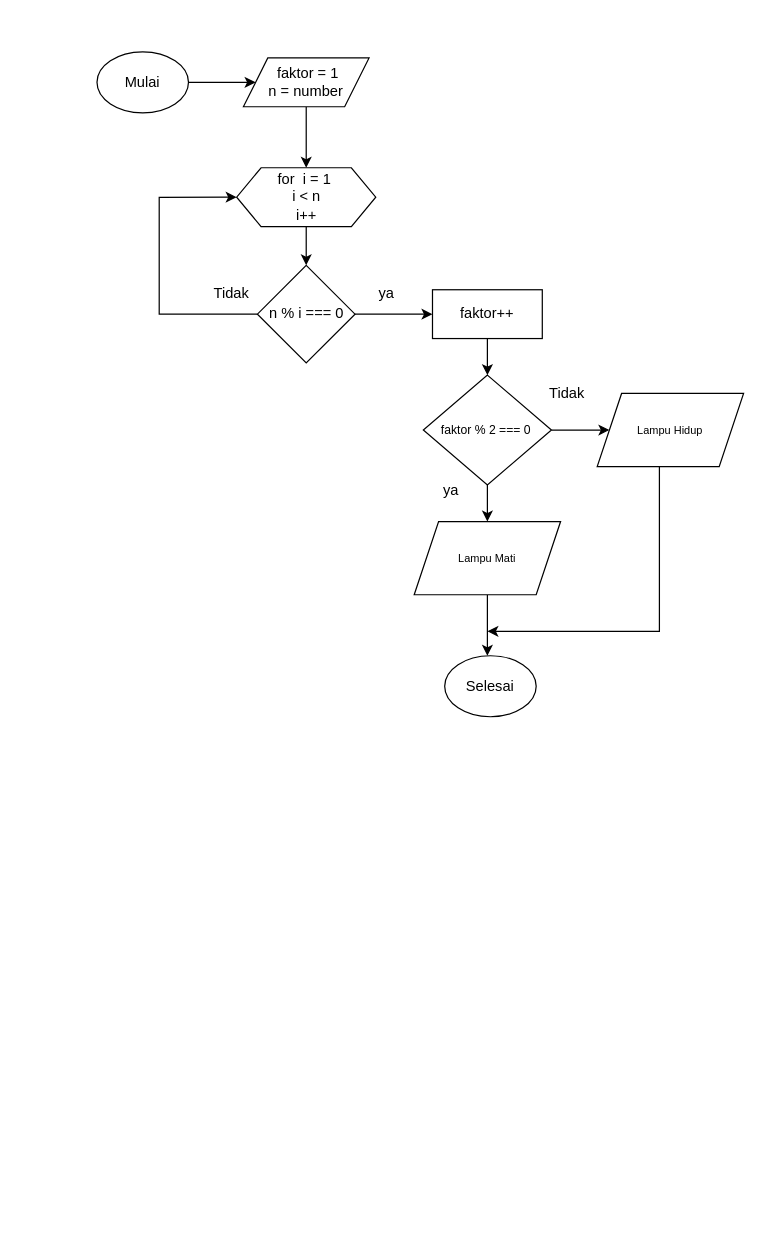
This is soal2_flowchart.drawio from ALTA-FE17-Irsan-Jamaludin/TUGAS-FLOWCHART-ALGORITMA, a draw.io file, before an edit. Source tidied: cells renumbered, new cells numbered last; positions are measured from the earlier drawing's top-left corner, leaving out a move shared by most shapes. Both pictures are drawn from the tidied source at 122%, with x=0, y=0 at pixel (96, 51).
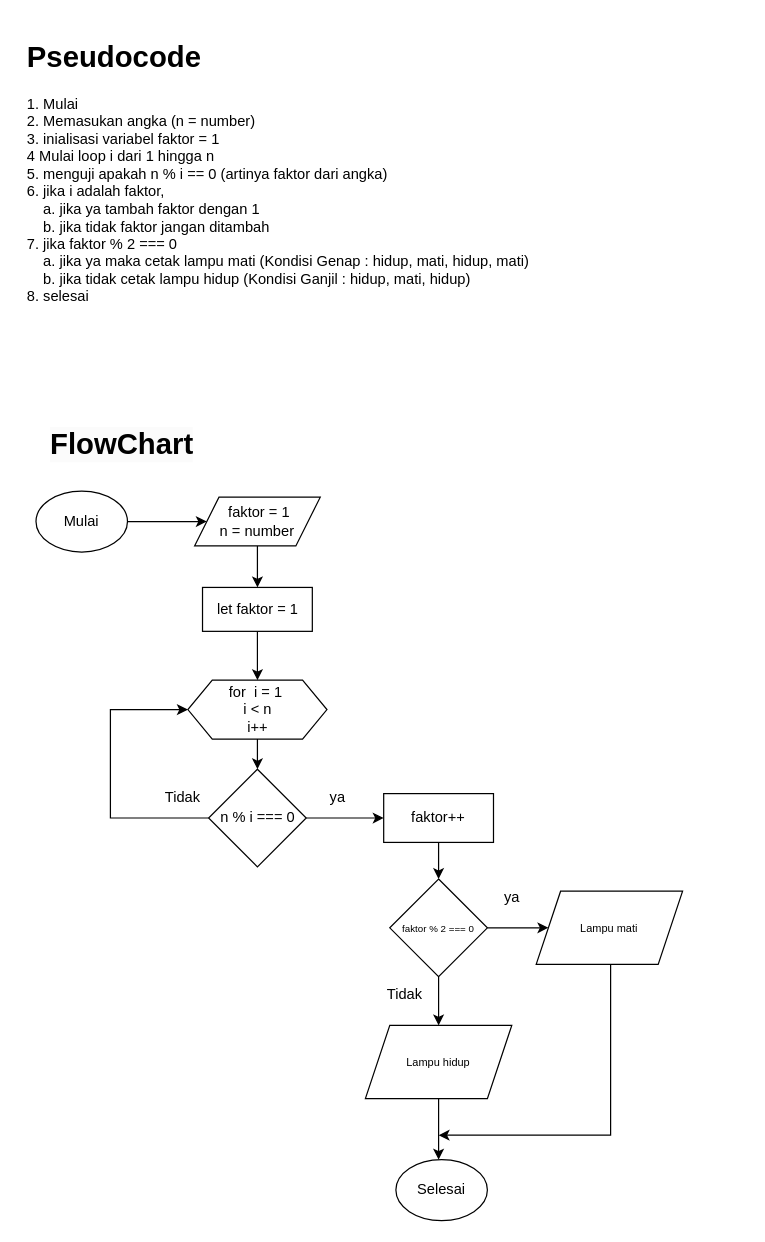
The same diagram, later.

Commit message (it also covers changes not shown here):
Menambah Pseudocode di Flowchart

Change to the diagram source:
```diff
@@
     <mxCell id="3" value="Mulai" style="ellipse;whiteSpace=wrap;html=1;" parent="1" vertex="1">
-      <mxGeometry width="75" height="50" as="geometry" />
+      <mxGeometry x="-50" y="360" width="75" height="50" as="geometry" />
     </mxCell>
-    <mxCell id="4" style="edgeStyle=orthogonalEdgeStyle;rounded=0;jettySize=auto;html=1;exitX=0.5;exitY=1;exitDx=0;exitDy=0;entryX=0.5;entryY=0;entryDx=0;entryDy=0;" parent="1" edge="1" source="5" target="7">
-      <mxGeometry relative="1" as="geometry" />
-    </mxCell>
+    <mxCell id="25" style="edgeStyle=orthogonalEdgeStyle;rounded=0;jettySize=auto;html=1;" parent="1" edge="1" source="5" target="38">
+      <mxGeometry relative="1" as="geometry" />
+    </mxCell>
     <mxCell id="5" value="&amp;nbsp;faktor = 1&lt;br&gt;n = number" style="shape=parallelogram;perimeter=parallelogramPerimeter;whiteSpace=wrap;html=1;fixedSize=1;" parent="1" vertex="1">
-      <mxGeometry x="120" y="5" width="103" height="40" as="geometry" />
+      <mxGeometry x="80" y="365" width="103" height="40" as="geometry" />
     </mxCell>
@@
     <mxCell id="7" value="for&amp;nbsp; i = 1&amp;nbsp;&lt;br&gt;i &amp;lt; n&lt;br&gt;i++&lt;br&gt;" style="shape=hexagon;perimeter=hexagonPerimeter2;whiteSpace=wrap;html=1;fixedSize=1;" parent="1" vertex="1">
-      <mxGeometry x="114.5" y="95" width="114" height="48.3" as="geometry" />
+      <mxGeometry x="74.5" y="515" width="114" height="48.3" as="geometry" />
     </mxCell>
@@
     <mxCell id="9" style="edgeStyle=orthogonalEdgeStyle;rounded=0;jettySize=auto;html=1;entryX=0;entryY=0.5;entryDx=0;entryDy=0;" parent="1" edge="1" source="10" target="7">
       <mxGeometry relative="1" as="geometry">
         <Array as="points">
-          <mxPoint x="51" y="215" />
-          <mxPoint x="51" y="119" />
+          <mxPoint x="11" y="628" />
+          <mxPoint x="11" y="539" />
         </Array>
       </mxGeometry>
     </mxCell>
     <mxCell id="10" value="n % i === 0" style="rhombus;whiteSpace=wrap;html=1;" parent="1" vertex="1">
-      <mxGeometry x="131.5" y="175" width="80" height="80" as="geometry" />
+      <mxGeometry x="91.5" y="588" width="80" height="80" as="geometry" />
     </mxCell>
@@
     <mxCell id="12" value="faktor++" style="rounded=0;whiteSpace=wrap;html=1;" parent="1" vertex="1">
-      <mxGeometry x="275" y="195" width="90" height="40" as="geometry" />
+      <mxGeometry x="235" y="608" width="90" height="40" as="geometry" />
     </mxCell>
-    <mxCell id="13" style="edgeStyle=orthogonalEdgeStyle;rounded=0;jettySize=auto;html=1;" parent="1" edge="1" source="15" target="19">
-      <mxGeometry relative="1" as="geometry" />
-    </mxCell>
-    <mxCell id="14" style="edgeStyle=orthogonalEdgeStyle;rounded=0;jettySize=auto;html=1;" parent="1" edge="1" source="15" target="17">
-      <mxGeometry relative="1" as="geometry" />
-    </mxCell>
+    <mxCell id="26" style="edgeStyle=orthogonalEdgeStyle;rounded=0;jettySize=auto;html=1;" parent="1" edge="1" source="15" target="31">
+      <mxGeometry relative="1" as="geometry" />
+    </mxCell>
+    <mxCell id="27" style="edgeStyle=orthogonalEdgeStyle;rounded=0;jettySize=auto;html=1;" parent="1" edge="1" source="15" target="29">
+      <mxGeometry relative="1" as="geometry" />
+    </mxCell>
-    <mxCell id="15" value="&lt;font style=&quot;font-size: 10px;&quot;&gt;faktor % 2 === 0&amp;nbsp;&lt;/font&gt;" style="rhombus;whiteSpace=wrap;html=1;" parent="1" vertex="1">
-      <mxGeometry x="267.5" y="265" width="105" height="90" as="geometry" />
+    <mxCell id="15" value="&lt;font style=&quot;font-size: 8px;&quot;&gt;faktor % 2 === 0&lt;/font&gt;" style="rhombus;whiteSpace=wrap;html=1;" parent="1" vertex="1">
+      <mxGeometry x="240" y="678" width="80" height="80" as="geometry" />
     </mxCell>
-    <mxCell id="16" style="edgeStyle=orthogonalEdgeStyle;rounded=0;jettySize=auto;html=1;" parent="1" edge="1" source="17">
-      <mxGeometry relative="1" as="geometry">
-        <mxPoint x="320" y="475" as="targetPoint" />
-        <Array as="points">
-          <mxPoint x="461" y="475" />
-          <mxPoint x="320" y="475" />
-        </Array>
-      </mxGeometry>
-    </mxCell>
-    <mxCell id="17" value="&lt;font style=&quot;font-size: 9px;&quot;&gt;Lampu Hidup&lt;/font&gt;" style="shape=parallelogram;perimeter=parallelogramPerimeter;whiteSpace=wrap;html=1;fixedSize=1;" parent="1" vertex="1">
-      <mxGeometry x="410" y="280" width="120" height="60" as="geometry" />
-    </mxCell>
-    <mxCell id="18" style="edgeStyle=orthogonalEdgeStyle;rounded=0;jettySize=auto;html=1;" parent="1" edge="1" source="19" target="20">
-      <mxGeometry relative="1" as="geometry">
-        <Array as="points">
-          <mxPoint x="320" y="505" />
-          <mxPoint x="320" y="505" />
-        </Array>
-      </mxGeometry>
-    </mxCell>
-    <mxCell id="19" value="&lt;font style=&quot;font-size: 9px;&quot;&gt;Lampu Mati&lt;/font&gt;" style="shape=parallelogram;perimeter=parallelogramPerimeter;whiteSpace=wrap;html=1;fixedSize=1;" parent="1" vertex="1">
-      <mxGeometry x="260" y="385" width="120" height="60" as="geometry" />
-    </mxCell>
+    <mxCell id="28" style="edgeStyle=orthogonalEdgeStyle;rounded=0;jettySize=auto;html=1;" parent="1" edge="1" source="29">
+      <mxGeometry relative="1" as="geometry">
+        <mxPoint x="280" y="888" as="targetPoint" />
+        <Array as="points">
+          <mxPoint x="421" y="888" />
+          <mxPoint x="280" y="888" />
+        </Array>
+      </mxGeometry>
+    </mxCell>
+    <mxCell id="29" value="&lt;font style=&quot;font-size: 9px;&quot;&gt;Lampu mati&lt;/font&gt;" style="shape=parallelogram;perimeter=parallelogramPerimeter;whiteSpace=wrap;html=1;fixedSize=1;" parent="1" vertex="1">
+      <mxGeometry x="360" y="688" width="120" height="60" as="geometry" />
+    </mxCell>
+    <mxCell id="30" style="edgeStyle=orthogonalEdgeStyle;rounded=0;jettySize=auto;html=1;" parent="1" edge="1" source="31" target="20">
+      <mxGeometry relative="1" as="geometry">
+        <Array as="points">
+          <mxPoint x="280" y="918" />
+          <mxPoint x="280" y="918" />
+        </Array>
+      </mxGeometry>
+    </mxCell>
+    <mxCell id="31" value="&lt;font style=&quot;font-size: 9px;&quot;&gt;Lampu hidup&lt;/font&gt;" style="shape=parallelogram;perimeter=parallelogramPerimeter;whiteSpace=wrap;html=1;fixedSize=1;" parent="1" vertex="1">
+      <mxGeometry x="220" y="798" width="120" height="60" as="geometry" />
+    </mxCell>
     <mxCell id="20" value="Selesai" style="ellipse;whiteSpace=wrap;html=1;" parent="1" vertex="1">
-      <mxGeometry x="285" y="495" width="75" height="50" as="geometry" />
+      <mxGeometry x="245" y="908" width="75" height="50" as="geometry" />
     </mxCell>
-    <mxCell id="21" value="Tidak" style="text;html=1;align=center;verticalAlign=middle;strokeColor=none;fillColor=none;" parent="1" vertex="1">
-      <mxGeometry x="85" y="183" width="50" height="30" as="geometry" />
-    </mxCell>
-    <mxCell id="22" value="ya" style="text;html=1;align=center;verticalAlign=middle;strokeColor=none;fillColor=none;" parent="1" vertex="1">
-      <mxGeometry x="216.5" y="183" width="40" height="30" as="geometry" />
-    </mxCell>
-    <mxCell id="23" value="Tidak" style="text;html=1;align=center;verticalAlign=middle;strokeColor=none;fillColor=none;" parent="1" vertex="1">
-      <mxGeometry x="360" y="265" width="50" height="30" as="geometry" />
-    </mxCell>
-    <mxCell id="24" value="ya" style="text;html=1;align=center;verticalAlign=middle;strokeColor=none;fillColor=none;" parent="1" vertex="1">
-      <mxGeometry x="270" y="345" width="40" height="30" as="geometry" />
-    </mxCell>
+    <mxCell id="32" value="Tidak" style="text;html=1;align=center;verticalAlign=middle;strokeColor=none;fillColor=none;" parent="1" vertex="1">
+      <mxGeometry x="45" y="596" width="50" height="30" as="geometry" />
+    </mxCell>
+    <mxCell id="33" value="ya" style="text;html=1;align=center;verticalAlign=middle;strokeColor=none;fillColor=none;" parent="1" vertex="1">
+      <mxGeometry x="176.5" y="596" width="40" height="30" as="geometry" />
+    </mxCell>
+    <mxCell id="34" value="Tidak" style="text;html=1;align=center;verticalAlign=middle;strokeColor=none;fillColor=none;" parent="1" vertex="1">
+      <mxGeometry x="226.5" y="758" width="50" height="30" as="geometry" />
+    </mxCell>
+    <mxCell id="35" value="ya" style="text;html=1;align=center;verticalAlign=middle;strokeColor=none;fillColor=none;" parent="1" vertex="1">
+      <mxGeometry x="320" y="678" width="40" height="30" as="geometry" />
+    </mxCell>
+    <mxCell id="36" value="&lt;h1&gt;&lt;span style=&quot;background-color: initial;&quot;&gt;Pseudocode&lt;/span&gt;&lt;/h1&gt;&lt;div style=&quot;border-color: var(--border-color);&quot;&gt;1. Mulai&lt;/div&gt;&lt;div style=&quot;border-color: var(--border-color);&quot;&gt;2. Memasukan angka (n = number)&lt;/div&gt;&lt;div style=&quot;border-color: var(--border-color);&quot;&gt;3. inialisasi variabel faktor = 1&lt;/div&gt;&lt;div style=&quot;border-color: var(--border-color);&quot;&gt;4 Mulai loop i dari 1 hingga n&lt;/div&gt;&lt;div style=&quot;border-color: var(--border-color);&quot;&gt;5. menguji apakah n % i == 0 (artinya faktor dari angka)&lt;/div&gt;&lt;div style=&quot;border-color: var(--border-color);&quot;&gt;6. jika i adalah faktor,&lt;/div&gt;&lt;div&gt;&lt;span style=&quot;&quot;&gt;&lt;span style=&quot;white-space: pre;&quot;&gt;&amp;nbsp;&amp;nbsp;&amp;nbsp;&amp;nbsp;&lt;/span&gt;&lt;/span&gt;a. jika ya tambah faktor dengan 1&lt;br&gt;&lt;/div&gt;&lt;div&gt;&lt;span style=&quot;&quot;&gt;&lt;span style=&quot;white-space: pre;&quot;&gt;&amp;nbsp;&amp;nbsp;&amp;nbsp;&amp;nbsp;&lt;/span&gt;&lt;/span&gt;b. jika tidak faktor jangan ditambah&lt;br&gt;&lt;/div&gt;&lt;div&gt;7. jika faktor % 2 === 0&amp;nbsp;&amp;nbsp;&lt;/div&gt;&lt;div&gt;&lt;span style=&quot;&quot;&gt;&lt;span style=&quot;white-space: pre;&quot;&gt;&amp;nbsp;&amp;nbsp;&amp;nbsp;&amp;nbsp;&lt;/span&gt;&lt;/span&gt;a. jika ya maka cetak lampu mati (Kondisi Genap : hidup, mati, hidup, mati)&lt;/div&gt;&lt;div&gt;&lt;span style=&quot;background-color: initial;&quot;&gt;&lt;span style=&quot;&quot;&gt;&lt;span style=&quot;white-space: pre;&quot;&gt;&amp;nbsp;&amp;nbsp;&amp;nbsp;&amp;nbsp;&lt;/span&gt;&lt;/span&gt;b. jika tidak cetak lampu hidup (Kondisi Ganjil : hidup, mati, hidup)&lt;/span&gt;&lt;/div&gt;&lt;div&gt;8. selesai&lt;/div&gt;" style="text;html=1;strokeColor=none;fillColor=none;spacing=5;spacingTop=-20;whiteSpace=wrap;overflow=hidden;rounded=0;" parent="1" vertex="1">
+      <mxGeometry x="-62" y="-15" width="517" height="250" as="geometry" />
+    </mxCell>
+    <mxCell id="37" style="edgeStyle=orthogonalEdgeStyle;rounded=0;jettySize=auto;html=1;entryX=0.5;entryY=0;entryDx=0;entryDy=0;" parent="1" edge="1" source="38" target="7">
+      <mxGeometry relative="1" as="geometry" />
+    </mxCell>
+    <mxCell id="38" value="let faktor = 1" style="rounded=0;whiteSpace=wrap;html=1;" parent="1" vertex="1">
+      <mxGeometry x="86.5" y="439" width="90" height="36" as="geometry" />
+    </mxCell>
+    <mxCell id="39" value="&lt;h1 style=&quot;border-color: var(--border-color); color: rgb(0, 0, 0); font-family: Helvetica; font-style: normal; font-variant-ligatures: normal; font-variant-caps: normal; letter-spacing: normal; orphans: 2; text-align: left; text-indent: 0px; text-transform: none; widows: 2; word-spacing: 0px; -webkit-text-stroke-width: 0px; background-color: rgb(251, 251, 251); text-decoration-thickness: initial; text-decoration-style: initial; text-decoration-color: initial;&quot;&gt;FlowChart&lt;/h1&gt;" style="text;whiteSpace=wrap;html=1;" parent="1" vertex="1">
+      <mxGeometry x="-40" y="285" width="180" height="100" as="geometry" />
+    </mxCell>
```
